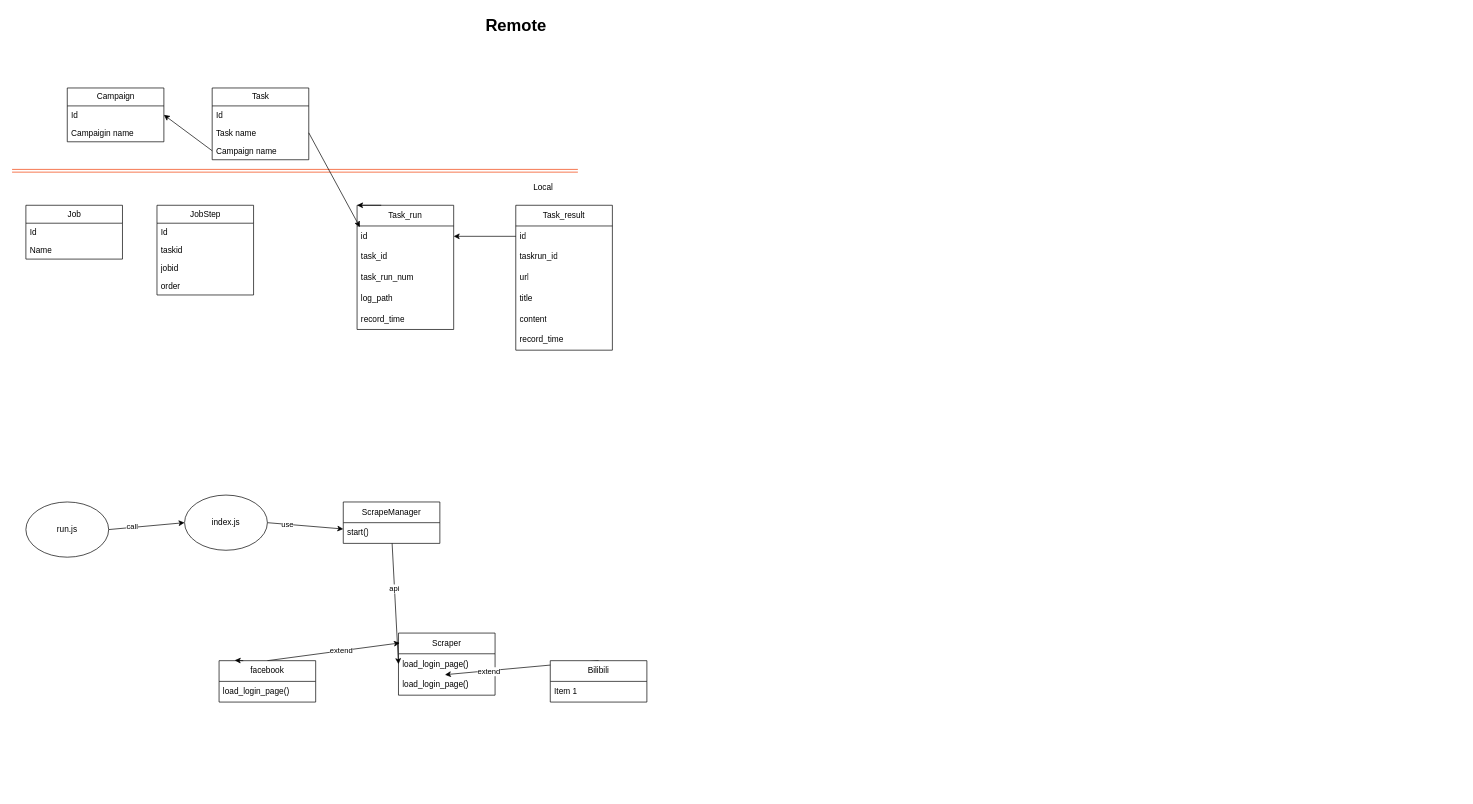
Above: doc/class.drawio in robertzengcn/social-marketing (draw.io), before the change. Source tidied: cells renumbered, new cells numbered last; positions are measured from the earlier drawing's top-left corner, leaving out a move shared by most shapes. Both pictures are drawn from the tidied source at 69%, with x=0, y=0 at pixel (12, 12).
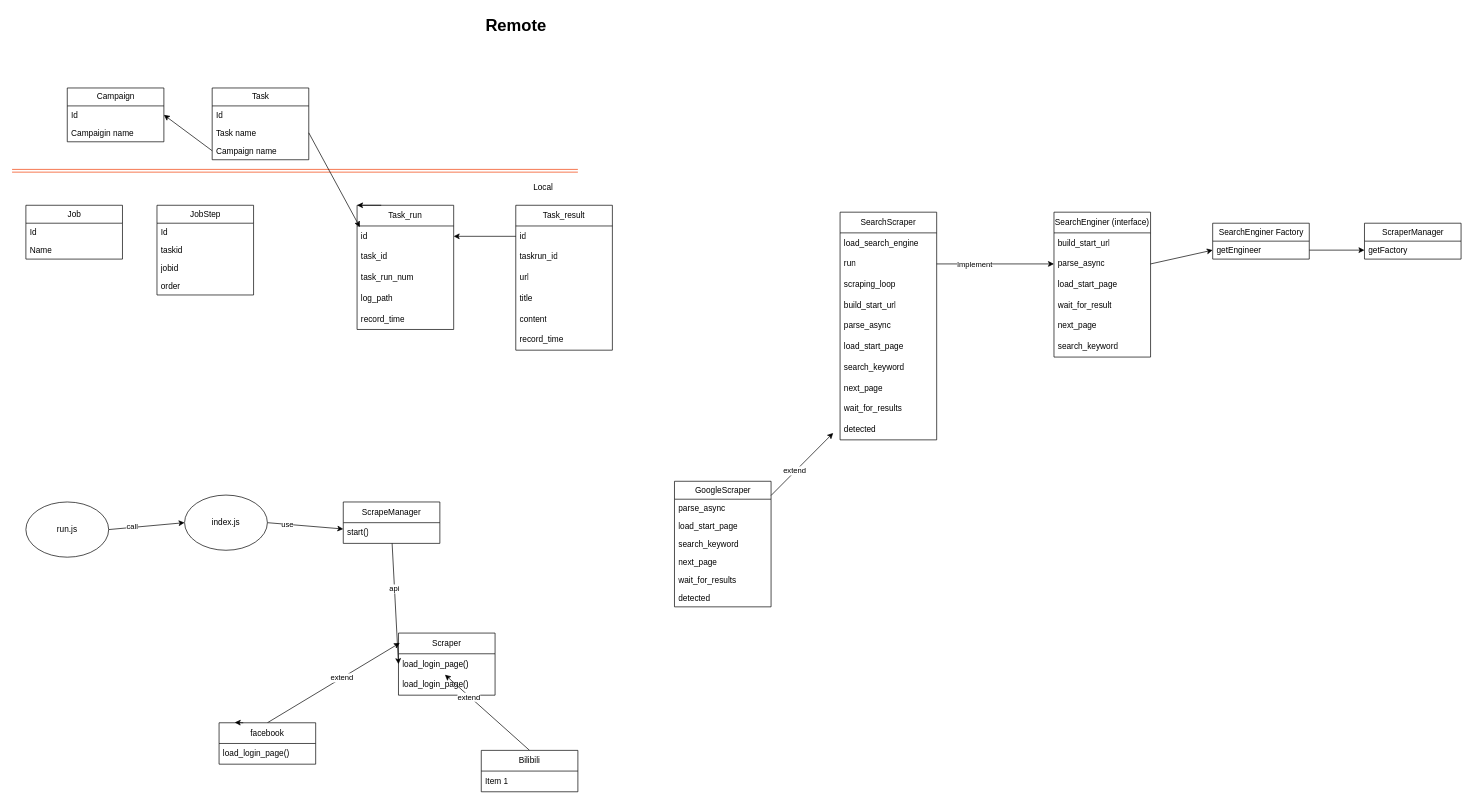
After the change.

The edit, as a diff of the source:
```diff
@@
     <mxCell id="15" value="facebook" style="swimlane;fontStyle=0;horizontal=1;startSize=30;whiteSpace=wrap;html=1;" parent="1" vertex="1">
-      <mxGeometry x="300" y="940" width="140" height="60" as="geometry" />
+      <mxGeometry x="300" y="1030" width="140" height="60" as="geometry" />
     </mxCell>
@@
     <mxCell id="22" value="Bilibili" style="swimlane;fontStyle=0;horizontal=1;startSize=30;whiteSpace=wrap;html=1;" parent="1" vertex="1">
-      <mxGeometry x="780" y="940" width="140" height="60" as="geometry" />
+      <mxGeometry x="680" y="1070" width="140" height="60" as="geometry" />
     </mxCell>
@@
+    <mxCell id="59" value="SearchScraper" style="swimlane;fontStyle=0;horizontal=1;startSize=30;whiteSpace=wrap;html=1;" parent="1" vertex="1">
+      <mxGeometry x="1200" y="290" width="140" height="330" as="geometry" />
+    </mxCell>
+    <mxCell id="60" value="load_search_engine" style="text;strokeColor=none;fillColor=none;align=left;verticalAlign=middle;spacingLeft=4;spacingRight=4;overflow=hidden;whiteSpace=wrap;html=1;" parent="59" vertex="1">
+      <mxGeometry y="30" width="140" height="30" as="geometry" />
+    </mxCell>
+    <mxCell id="61" value="run" style="text;strokeColor=none;fillColor=none;align=left;verticalAlign=middle;spacingLeft=4;spacingRight=4;overflow=hidden;points=[[0,0.5],[1,0.5]];portConstraint=eastwest;whiteSpace=wrap;html=1;" parent="59" vertex="1">
+      <mxGeometry y="60" width="140" height="30" as="geometry" />
+    </mxCell>
+    <mxCell id="62" value="scraping_loop" style="text;strokeColor=none;fillColor=none;align=left;verticalAlign=middle;spacingLeft=4;spacingRight=4;overflow=hidden;whiteSpace=wrap;html=1;" parent="59" vertex="1">
+      <mxGeometry y="90" width="140" height="30" as="geometry" />
+    </mxCell>
+    <mxCell id="63" value="build_start_url" style="text;strokeColor=none;fillColor=none;align=left;verticalAlign=middle;spacingLeft=4;spacingRight=4;overflow=hidden;whiteSpace=wrap;html=1;" parent="59" vertex="1">
+      <mxGeometry y="120" width="140" height="30" as="geometry" />
+    </mxCell>
+    <mxCell id="64" value="parse_async" style="text;strokeColor=none;fillColor=none;align=left;verticalAlign=middle;spacingLeft=4;spacingRight=4;overflow=hidden;whiteSpace=wrap;html=1;" parent="59" vertex="1">
+      <mxGeometry y="150" width="140" height="30" as="geometry" />
+    </mxCell>
+    <mxCell id="65" value="load_start_page" style="text;strokeColor=none;fillColor=none;align=left;verticalAlign=middle;spacingLeft=4;spacingRight=4;overflow=hidden;whiteSpace=wrap;html=1;" parent="59" vertex="1">
+      <mxGeometry y="180" width="140" height="30" as="geometry" />
+    </mxCell>
+    <mxCell id="66" value="search_keyword" style="text;strokeColor=none;fillColor=none;align=left;verticalAlign=middle;spacingLeft=4;spacingRight=4;overflow=hidden;whiteSpace=wrap;html=1;" parent="59" vertex="1">
+      <mxGeometry y="210" width="140" height="30" as="geometry" />
+    </mxCell>
+    <mxCell id="67" value="next_page" style="text;strokeColor=none;fillColor=none;align=left;verticalAlign=middle;spacingLeft=4;spacingRight=4;overflow=hidden;whiteSpace=wrap;html=1;" parent="59" vertex="1">
+      <mxGeometry y="240" width="140" height="30" as="geometry" />
+    </mxCell>
+    <mxCell id="68" value="wait_for_results" style="text;strokeColor=none;fillColor=none;align=left;verticalAlign=middle;spacingLeft=4;spacingRight=4;overflow=hidden;whiteSpace=wrap;html=1;" parent="59" vertex="1">
+      <mxGeometry y="270" width="140" height="30" as="geometry" />
+    </mxCell>
+    <mxCell id="69" value="detected" style="text;strokeColor=none;fillColor=none;align=left;verticalAlign=middle;spacingLeft=4;spacingRight=4;overflow=hidden;whiteSpace=wrap;html=1;" parent="59" vertex="1">
+      <mxGeometry y="300" width="140" height="30" as="geometry" />
+    </mxCell>
+    <mxCell id="70" style="edgeStyle=none;html=1;" parent="1" edge="1" source="72">
+      <mxGeometry relative="1" as="geometry">
+        <mxPoint x="1190" y="610" as="targetPoint" />
+      </mxGeometry>
+    </mxCell>
+    <mxCell id="71" value="extend" style="edgeLabel;html=1;align=center;verticalAlign=middle;" parent="70" vertex="1">
+      <mxGeometry x="-0.24" y="2" relative="1" as="geometry" />
+    </mxCell>
+    <mxCell id="72" value="GoogleScraper" style="swimlane;fontStyle=0;horizontal=1;startSize=26;fillColor=none;html=1;" parent="1" vertex="1">
+      <mxGeometry x="960" y="680" width="140" height="182" as="geometry" />
+    </mxCell>
+    <mxCell id="73" value="parse_async" style="text;strokeColor=none;fillColor=none;align=left;verticalAlign=top;spacingLeft=4;spacingRight=4;overflow=hidden;whiteSpace=wrap;html=1;" parent="72" vertex="1">
+      <mxGeometry y="26" width="140" height="26" as="geometry" />
+    </mxCell>
+    <mxCell id="74" value="load_start_page" style="text;strokeColor=none;fillColor=none;align=left;verticalAlign=top;spacingLeft=4;spacingRight=4;overflow=hidden;whiteSpace=wrap;html=1;" parent="72" vertex="1">
+      <mxGeometry y="52" width="140" height="26" as="geometry" />
+    </mxCell>
+    <mxCell id="75" value="search_keyword" style="text;strokeColor=none;fillColor=none;align=left;verticalAlign=top;spacingLeft=4;spacingRight=4;overflow=hidden;whiteSpace=wrap;html=1;" parent="72" vertex="1">
+      <mxGeometry y="78" width="140" height="26" as="geometry" />
+    </mxCell>
+    <mxCell id="76" value="next_page" style="text;strokeColor=none;fillColor=none;align=left;verticalAlign=top;spacingLeft=4;spacingRight=4;overflow=hidden;whiteSpace=wrap;html=1;" parent="72" vertex="1">
+      <mxGeometry y="104" width="140" height="26" as="geometry" />
+    </mxCell>
+    <mxCell id="77" value="wait_for_results" style="text;strokeColor=none;fillColor=none;align=left;verticalAlign=top;spacingLeft=4;spacingRight=4;overflow=hidden;whiteSpace=wrap;html=1;" parent="72" vertex="1">
+      <mxGeometry y="130" width="140" height="26" as="geometry" />
+    </mxCell>
+    <mxCell id="78" value="detected" style="text;strokeColor=none;fillColor=none;align=left;verticalAlign=top;spacingLeft=4;spacingRight=4;overflow=hidden;whiteSpace=wrap;html=1;" parent="72" vertex="1">
+      <mxGeometry y="156" width="140" height="26" as="geometry" />
+    </mxCell>
+    <mxCell id="79" value="ScraperManager" style="swimlane;fontStyle=0;horizontal=1;startSize=26;fillColor=none;html=1;" parent="1" vertex="1">
+      <mxGeometry x="1960" y="306" width="140" height="52" as="geometry" />
+    </mxCell>
+    <mxCell id="80" value="getFactory" style="text;strokeColor=none;fillColor=none;align=left;verticalAlign=top;spacingLeft=4;spacingRight=4;overflow=hidden;points=[[0,0.5],[1,0.5]];portConstraint=eastwest;whiteSpace=wrap;html=1;" parent="79" vertex="1">
+      <mxGeometry y="26" width="140" height="26" as="geometry" />
+    </mxCell>
+    <mxCell id="81" value="SearchEnginer&amp;nbsp;(interface)" style="swimlane;fontStyle=0;horizontal=1;startSize=30;whiteSpace=wrap;html=1;" parent="1" vertex="1">
+      <mxGeometry x="1510" y="290" width="140" height="210" as="geometry" />
+    </mxCell>
+    <mxCell id="82" value="build_start_url" style="text;strokeColor=none;fillColor=none;align=left;verticalAlign=middle;spacingLeft=4;spacingRight=4;overflow=hidden;whiteSpace=wrap;html=1;" parent="81" vertex="1">
+      <mxGeometry y="30" width="140" height="30" as="geometry" />
+    </mxCell>
+    <mxCell id="83" value="parse_async" style="text;strokeColor=none;fillColor=none;align=left;verticalAlign=middle;spacingLeft=4;spacingRight=4;overflow=hidden;points=[[0,0.5],[1,0.5]];portConstraint=eastwest;whiteSpace=wrap;html=1;" parent="81" vertex="1">
+      <mxGeometry y="60" width="140" height="30" as="geometry" />
+    </mxCell>
+    <mxCell id="84" value="load_start_page" style="text;strokeColor=none;fillColor=none;align=left;verticalAlign=middle;spacingLeft=4;spacingRight=4;overflow=hidden;whiteSpace=wrap;html=1;" parent="81" vertex="1">
+      <mxGeometry y="90" width="140" height="30" as="geometry" />
+    </mxCell>
+    <mxCell id="85" value="wait_for_result" style="text;strokeColor=none;fillColor=none;align=left;verticalAlign=middle;spacingLeft=4;spacingRight=4;overflow=hidden;whiteSpace=wrap;html=1;" parent="81" vertex="1">
+      <mxGeometry y="120" width="140" height="30" as="geometry" />
+    </mxCell>
+    <mxCell id="86" value="next_page" style="text;strokeColor=none;fillColor=none;align=left;verticalAlign=middle;spacingLeft=4;spacingRight=4;overflow=hidden;whiteSpace=wrap;html=1;" parent="81" vertex="1">
+      <mxGeometry y="150" width="140" height="30" as="geometry" />
+    </mxCell>
+    <mxCell id="87" value="search_keyword" style="text;strokeColor=none;fillColor=none;align=left;verticalAlign=middle;spacingLeft=4;spacingRight=4;overflow=hidden;whiteSpace=wrap;html=1;" parent="81" vertex="1">
+      <mxGeometry y="180" width="140" height="30" as="geometry" />
+    </mxCell>
+    <mxCell id="88" style="edgeStyle=none;html=1;exitX=1;exitY=0.5;exitDx=0;exitDy=0;" parent="1" edge="1" source="61">
+      <mxGeometry relative="1" as="geometry">
+        <mxPoint x="1510" y="365" as="targetPoint" />
+      </mxGeometry>
+    </mxCell>
+    <mxCell id="89" value="Implement" style="edgeLabel;html=1;align=center;verticalAlign=middle;" parent="88" vertex="1">
+      <mxGeometry x="-0.37" relative="1" as="geometry" />
+    </mxCell>
+    <mxCell id="90" value="&lt;span style=&quot;&quot;&gt;SearchEnginer Factory&lt;/span&gt;" style="swimlane;fontStyle=0;horizontal=1;startSize=26;fillColor=none;html=1;" parent="1" vertex="1">
+      <mxGeometry x="1740" y="306" width="140" height="52" as="geometry" />
+    </mxCell>
+    <mxCell id="91" value="getEngineer" style="text;strokeColor=none;fillColor=none;align=left;verticalAlign=top;spacingLeft=4;spacingRight=4;overflow=hidden;points=[[0,0.5],[1,0.5]];portConstraint=eastwest;whiteSpace=wrap;html=1;" parent="90" vertex="1">
+      <mxGeometry y="26" width="140" height="26" as="geometry" />
+    </mxCell>
+    <mxCell id="92" style="edgeStyle=none;html=1;exitX=1;exitY=0.5;exitDx=0;exitDy=0;entryX=0;entryY=0.5;entryDx=0;entryDy=0;" parent="1" edge="1" source="83" target="91">
+      <mxGeometry relative="1" as="geometry" />
+    </mxCell>
+    <mxCell id="93" style="edgeStyle=none;html=1;exitX=1;exitY=0.5;exitDx=0;exitDy=0;entryX=0;entryY=0.5;entryDx=0;entryDy=0;" parent="1" edge="1" source="91" target="80">
+      <mxGeometry relative="1" as="geometry" />
+    </mxCell>
```
